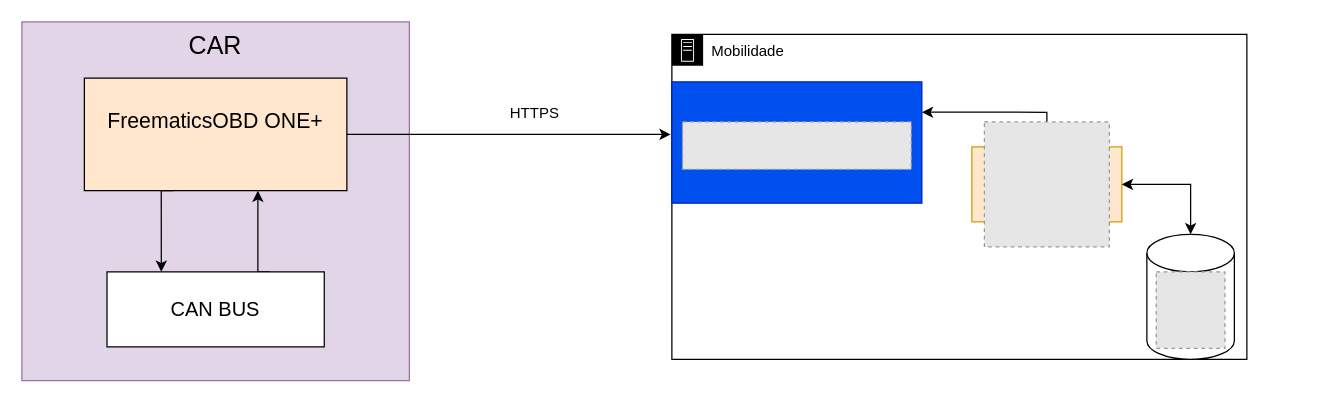
jkondrat-sd/can-collector keeps this draw.io diagram as freematics/assets/images/DiagramaThingsBoardOBD.drawio. Above is the earlier version. Source tidied: cells renumbered, new cells numbered last; positions are measured from the earlier drawing's top-left corner, leaving out a move shared by most shapes. Both pictures are drawn from the tidied source at 125%, with x=0, y=0 at pixel (21, 21). Pictures stored in the file or linked from it are replaced by grey dashed boxes.
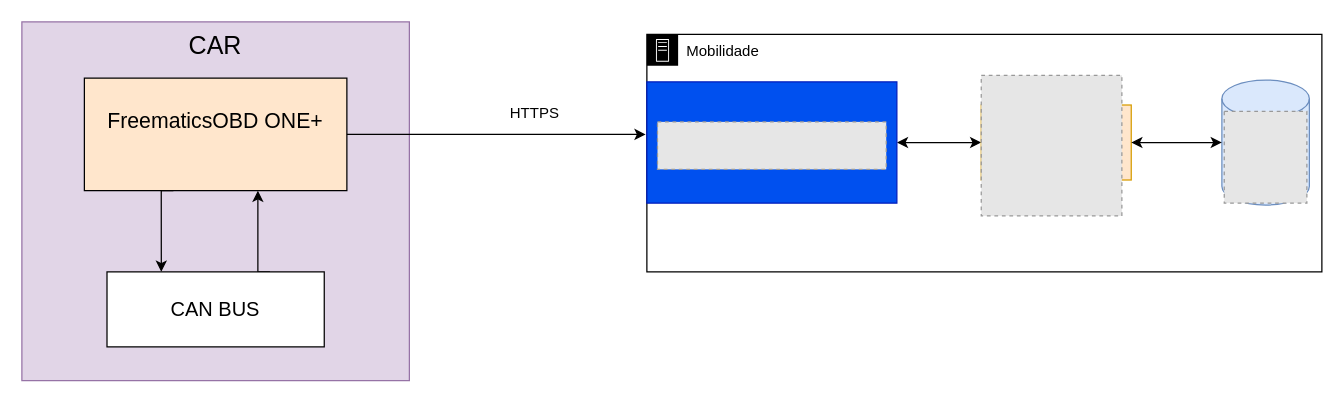
After the change.

Unchanged cells that the change refers to:
```xml
<mxCell id="12" style="rounded=0;whiteSpace=wrap;html=1;fillColor=#0050ef;strokeColor=#001DBC;fontColor=#ffffff;" parent="9" vertex="1">
  <mxGeometry y="38" width="200" height="97" as="geometry" />
</mxCell>
```

The edit, as a diff of the source:
```diff
@@
     <mxCell id="9" value="Mobilidade" style="html=1;whiteSpace=wrap;fontSize=12;fontStyle=0;shape=mxgraph.aws4.group;grIcon=mxgraph.aws4.group_on_premise;verticalAlign=top;align=left;spacingLeft=30;dashed=0;fillColor=default;" parent="1" vertex="1">
-      <mxGeometry x="520" y="10" width="460" height="260" as="geometry" />
+      <mxGeometry x="500" y="10" width="540" height="190" as="geometry" />
     </mxCell>
-    <mxCell id="10" style="shape=cylinder3;whiteSpace=wrap;html=1;boundedLbl=1;backgroundOutline=1;size=15;" parent="9" vertex="1">
-      <mxGeometry x="380" y="160" width="70" height="100" as="geometry" />
+    <mxCell id="10" style="shape=cylinder3;whiteSpace=wrap;html=1;boundedLbl=1;backgroundOutline=1;size=15;fillColor=#dae8fc;strokeColor=#6c8ebf;" parent="9" vertex="1">
+      <mxGeometry x="460" y="36.5" width="70" height="100" as="geometry" />
     </mxCell>
-    <mxCell id="11" style="edgeStyle=orthogonalEdgeStyle;rounded=0;jettySize=auto;html=1;entryX=0.5;entryY=0;entryDx=0;entryDy=0;exitX=1;exitY=0.25;exitDx=0;exitDy=0;startArrow=classic;startFill=1;" parent="9" edge="1" source="12" target="13">
+    <mxCell id="11" style="edgeStyle=orthogonalEdgeStyle;rounded=0;jettySize=auto;html=1;entryX=0;entryY=0.5;entryDx=0;entryDy=0;exitX=1;exitY=0.5;exitDx=0;exitDy=0;startArrow=classic;startFill=1;" parent="9" edge="1" source="12" target="13">
       <mxGeometry relative="1" as="geometry" />
     </mxCell>
@@
     <mxCell id="13" style="rounded=0;whiteSpace=wrap;html=1;fillColor=#ffe6cc;strokeColor=#d79b00;" parent="9" vertex="1">
-      <mxGeometry x="240" y="90" width="120" height="60" as="geometry" />
+      <mxGeometry x="267.5" y="56.5" width="120" height="60" as="geometry" />
     </mxCell>
     <mxCell id="14" style="fillColor=#E6E6E6;strokeColor=#999999;dashed=1;verticalLabelPosition=bottom;labelBackgroundColor=default;verticalAlign=top;" parent="9" vertex="1">
-      <mxGeometry x="250" y="70" width="100" height="100" as="geometry" />
+      <mxGeometry x="267.5" y="32.7" width="112.5" height="112.5" as="geometry" />
     </mxCell>
@@
     <mxCell id="16" style="fillColor=#E6E6E6;strokeColor=#999999;dashed=1;verticalLabelPosition=bottom;labelBackgroundColor=default;verticalAlign=top;" parent="9" vertex="1">
-      <mxGeometry x="387.5" y="190" width="55" height="61.1" as="geometry" />
+      <mxGeometry x="461.9" y="61.5" width="66.1" height="73.5" as="geometry" />
     </mxCell>
-    <mxCell id="17" style="edgeStyle=orthogonalEdgeStyle;rounded=0;jettySize=auto;html=1;exitX=1;exitY=0.5;exitDx=0;exitDy=0;entryX=0.5;entryY=0;entryDx=0;entryDy=0;entryPerimeter=0;startArrow=classic;startFill=1;" parent="9" edge="1" source="13" target="10">
+    <mxCell id="17" style="edgeStyle=orthogonalEdgeStyle;rounded=0;jettySize=auto;html=1;exitX=1;exitY=0.5;exitDx=0;exitDy=0;entryX=0;entryY=0.5;entryDx=0;entryDy=0;entryPerimeter=0;startArrow=classic;startFill=1;" parent="9" edge="1" source="13" target="10">
       <mxGeometry relative="1" as="geometry" />
     </mxCell>
```
